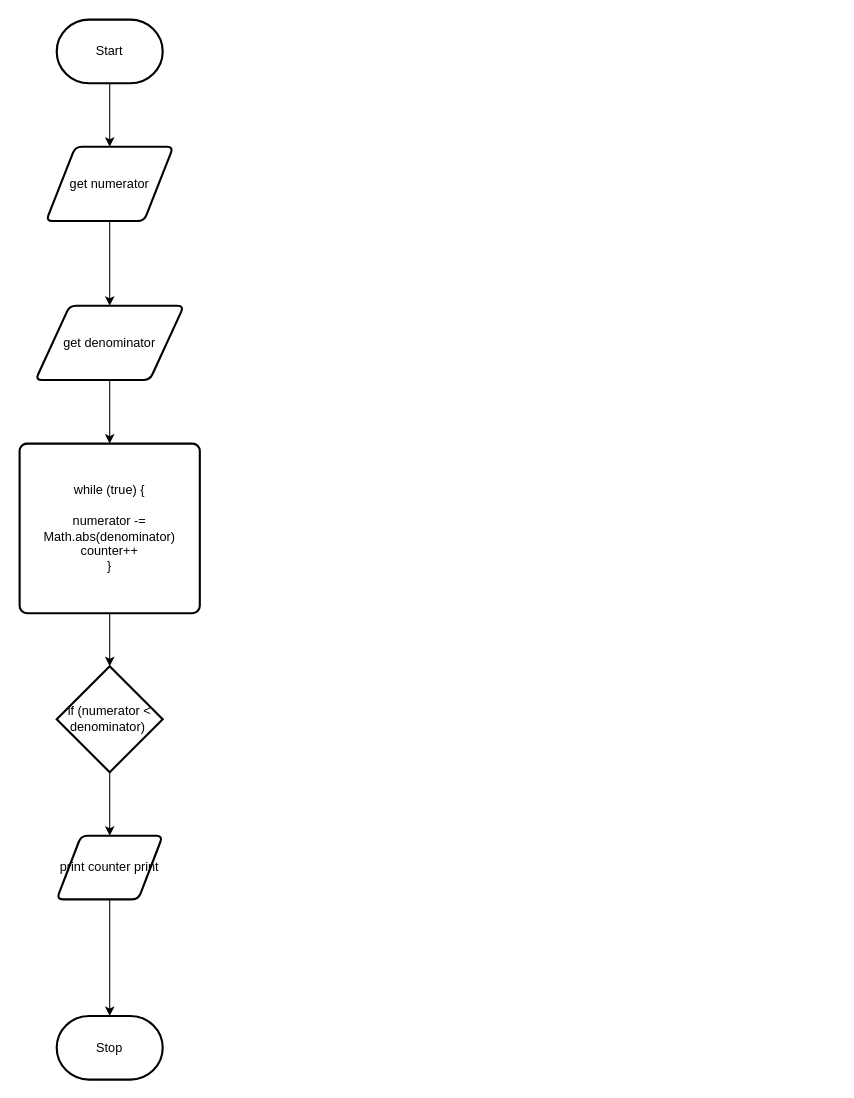
Earlier version of the draw.io diagram design/flowchart.drawio (kai-nguyen-4/ICD2O-Unit-6-01-kai-nguyen-4). Source tidied: cells renumbered, new cells numbered last; positions are measured from the earlier drawing's top-left corner, leaving out a move shared by most shapes. Both pictures are drawn from the tidied source at 106%, with x=0, y=0 at pixel (19, 19).
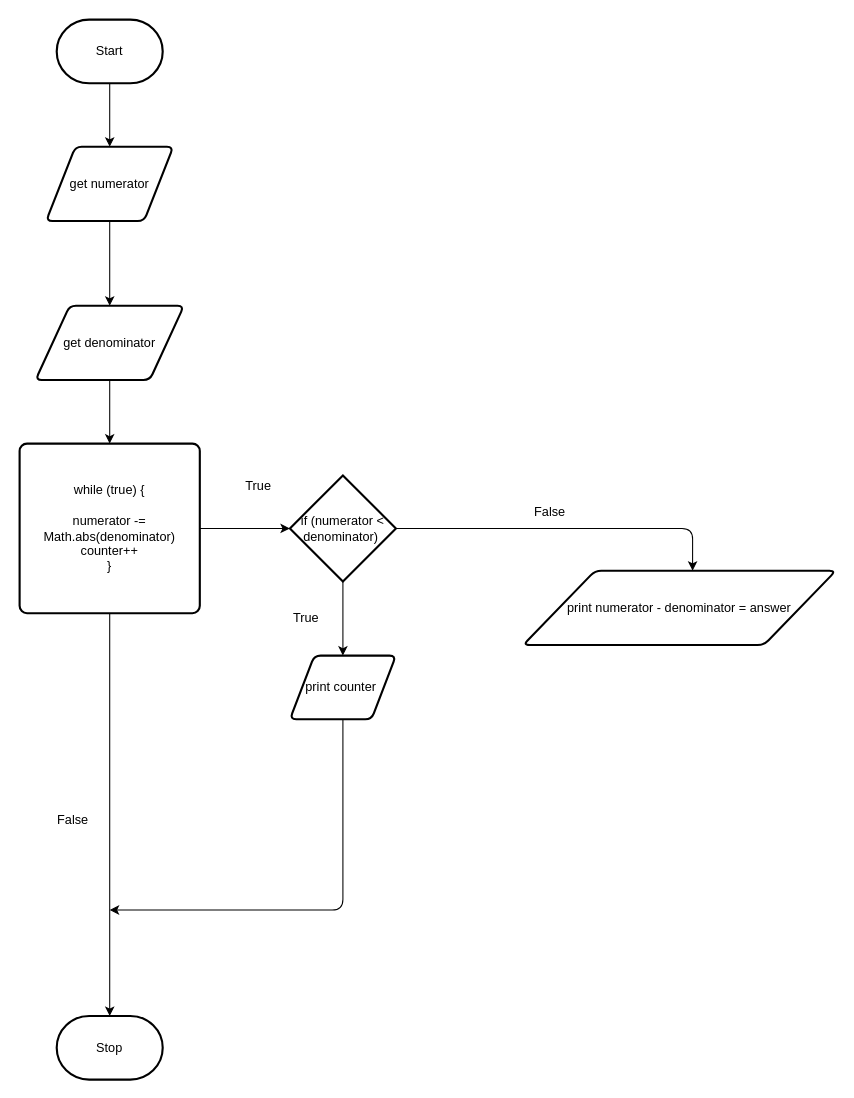
After the change.

Commit message (it also covers changes not shown here):
flowchart and storyboard

Unchanged cells that the change refers to:
```xml
<mxCell id="4" value="Stop" style="strokeWidth=2;html=1;shape=mxgraph.flowchart.terminator;whiteSpace=wrap;" parent="1" vertex="1">
  <mxGeometry x="35" y="940" width="100" height="60" as="geometry" />
</mxCell>
<mxCell id="10" value="while (true) {&lt;br&gt;&lt;br&gt;numerator -= Math.abs(denominator)&lt;br&gt;counter++&lt;br&gt;}" style="rounded=1;whiteSpace=wrap;html=1;absoluteArcSize=1;arcSize=14;strokeWidth=2;" parent="1" vertex="1">
  <mxGeometry y="400" width="170" height="160" as="geometry" />
</mxCell>
```

Change to the diagram source:
```diff
@@
-    <mxCell id="9" style="edgeStyle=none;html=1;entryX=0.5;entryY=0;entryDx=0;entryDy=0;entryPerimeter=0;" parent="1" edge="1" source="10" target="12">
+    <mxCell id="9" style="edgeStyle=orthogonalEdgeStyle;html=1;entryX=0;entryY=0.5;entryDx=0;entryDy=0;entryPerimeter=0;" parent="1" edge="1" source="10" target="12">
       <mxGeometry relative="1" as="geometry" />
     </mxCell>
+    <mxCell id="15" style="edgeStyle=orthogonalEdgeStyle;html=1;entryX=0.5;entryY=0;entryDx=0;entryDy=0;entryPerimeter=0;" parent="1" edge="1" source="10" target="4">
+      <mxGeometry relative="1" as="geometry" />
+    </mxCell>
@@
+    <mxCell id="16" style="edgeStyle=orthogonalEdgeStyle;html=1;entryX=0.542;entryY=0;entryDx=0;entryDy=0;entryPerimeter=0;" parent="1" edge="1" source="12" target="18">
+      <mxGeometry relative="1" as="geometry" />
+    </mxCell>
-    <mxCell id="11" style="edgeStyle=none;html=1;" parent="1" edge="1" source="12" target="14">
+    <mxCell id="11" style="edgeStyle=orthogonalEdgeStyle;html=1;entryX=0.5;entryY=0;entryDx=0;entryDy=0;" parent="1" edge="1" source="12" target="14">
       <mxGeometry relative="1" as="geometry" />
     </mxCell>
     <mxCell id="12" value="if (numerator &amp;lt; denominator)&amp;nbsp;" style="strokeWidth=2;html=1;shape=mxgraph.flowchart.decision;whiteSpace=wrap;" parent="1" vertex="1">
-      <mxGeometry x="35" y="610" width="100" height="100" as="geometry" />
+      <mxGeometry x="255" y="430" width="100" height="100" as="geometry" />
     </mxCell>
-    <mxCell id="13" style="edgeStyle=none;html=1;entryX=0.5;entryY=0;entryDx=0;entryDy=0;entryPerimeter=0;" parent="1" edge="1" source="14" target="4">
-      <mxGeometry relative="1" as="geometry" />
-    </mxCell>
+    <mxCell id="17" style="edgeStyle=orthogonalEdgeStyle;html=1;" parent="1" edge="1" source="14">
+      <mxGeometry relative="1" as="geometry">
+        <mxPoint x="85" y="840" as="targetPoint" />
+        <Array as="points">
+          <mxPoint x="305" y="840" />
+        </Array>
+      </mxGeometry>
+    </mxCell>
-    <mxCell id="14" value="print counter print" style="shape=parallelogram;html=1;strokeWidth=2;perimeter=parallelogramPerimeter;whiteSpace=wrap;rounded=1;arcSize=12;size=0.23;" parent="1" vertex="1">
-      <mxGeometry x="35" y="770" width="100" height="60" as="geometry" />
+    <mxCell id="14" value="print counter&amp;nbsp;" style="shape=parallelogram;html=1;strokeWidth=2;perimeter=parallelogramPerimeter;whiteSpace=wrap;rounded=1;arcSize=12;size=0.23;" parent="1" vertex="1">
+      <mxGeometry x="255" y="600" width="100" height="60" as="geometry" />
     </mxCell>
+    <mxCell id="18" value="print numerator - denominator = answer" style="shape=parallelogram;html=1;strokeWidth=2;perimeter=parallelogramPerimeter;whiteSpace=wrap;rounded=1;arcSize=12;size=0.23;" parent="1" vertex="1">
+      <mxGeometry x="475" y="520" width="295" height="70" as="geometry" />
+    </mxCell>
+    <mxCell id="19" value="False" style="text;html=1;align=center;verticalAlign=middle;strokeColor=none;fillColor=none;" parent="1" vertex="1">
+      <mxGeometry x="475" y="450" width="50" height="30" as="geometry" />
+    </mxCell>
+    <mxCell id="20" value="True" style="text;html=1;align=center;verticalAlign=middle;strokeColor=none;fillColor=none;" parent="1" vertex="1">
+      <mxGeometry x="245" y="550" width="50" height="30" as="geometry" />
+    </mxCell>
+    <mxCell id="21" value="True" style="text;html=1;align=center;verticalAlign=middle;strokeColor=none;fillColor=none;" parent="1" vertex="1">
+      <mxGeometry x="200" y="425" width="50" height="30" as="geometry" />
+    </mxCell>
+    <mxCell id="22" value="False" style="text;html=1;align=center;verticalAlign=middle;strokeColor=none;fillColor=none;" parent="1" vertex="1">
+      <mxGeometry x="25" y="740" width="50" height="30" as="geometry" />
+    </mxCell>
```
